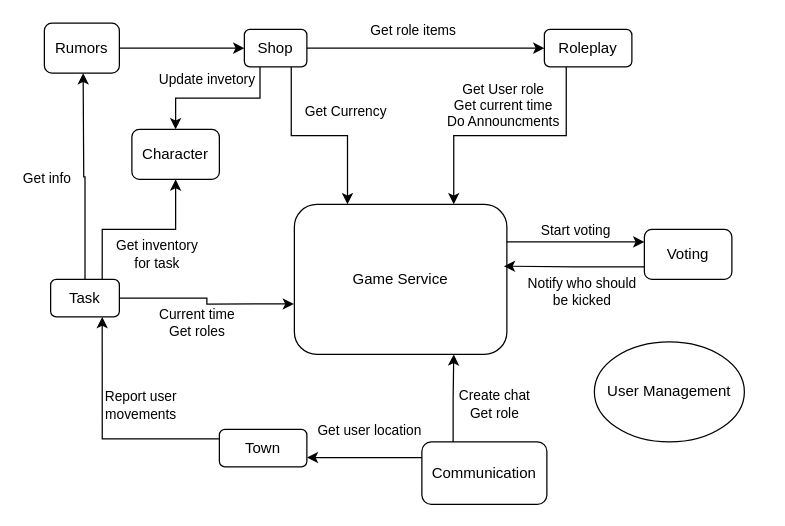
Above: assets/diagrams/Architecture_diagram.drawio in EjnarRaidriar/Mafia-District (draw.io), before the change. Source tidied: cells renumbered, new cells numbered last; positions are measured from the earlier drawing's top-left corner, leaving out a move shared by most shapes. Both pictures are drawn from the tidied source at 125%, with x=0, y=0 at pixel (44, 22).
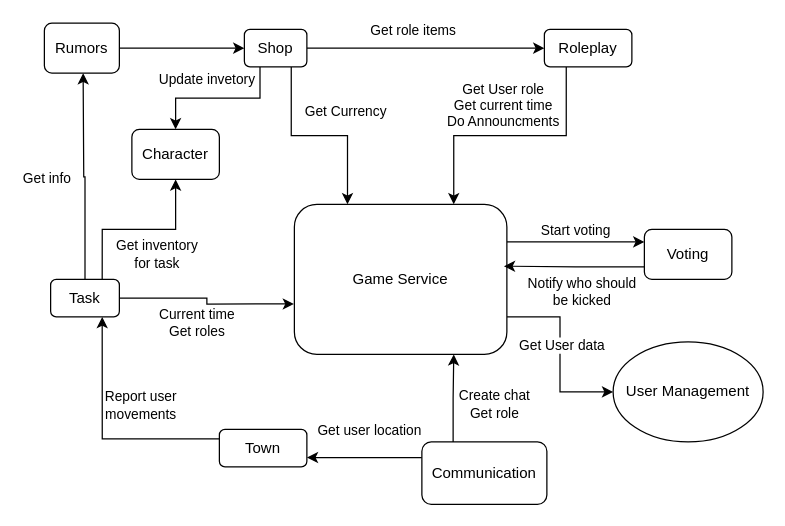
The same page after the edit.

Commit message (it also covers changes not shown here):
add Game and User management association

The change refers to these unchanged cells:
```xml
<mxCell id="4" value="&lt;div&gt;Game Service&lt;/div&gt;" style="rounded=1;whiteSpace=wrap;html=1;" parent="1" vertex="1">
  <mxGeometry x="200" y="145" width="170" height="120" as="geometry" />
</mxCell>
```

Diff of the diagram source:
```diff
@@
+    <mxCell id="29" style="edgeStyle=orthogonalEdgeStyle;rounded=0;jettySize=auto;html=1;exitX=1;exitY=0.75;exitDx=0;exitDy=0;entryX=0;entryY=0.5;entryDx=0;entryDy=0;" parent="1" edge="1" source="4" target="28">
+      <mxGeometry relative="1" as="geometry" />
+    </mxCell>
+    <mxCell id="30" value="&lt;div&gt;Get User data&lt;/div&gt;" style="edgeLabel;html=1;align=center;verticalAlign=middle;" parent="29" vertex="1">
+      <mxGeometry x="-0.11" y="1" relative="1" as="geometry" />
+    </mxCell>
@@
     <mxCell id="28" value="User Management" style="ellipse;whiteSpace=wrap;html=1;" parent="1" vertex="1">
-      <mxGeometry x="440" y="255" width="120" height="80" as="geometry" />
+      <mxGeometry x="455" y="255" width="120" height="80" as="geometry" />
     </mxCell>
```
